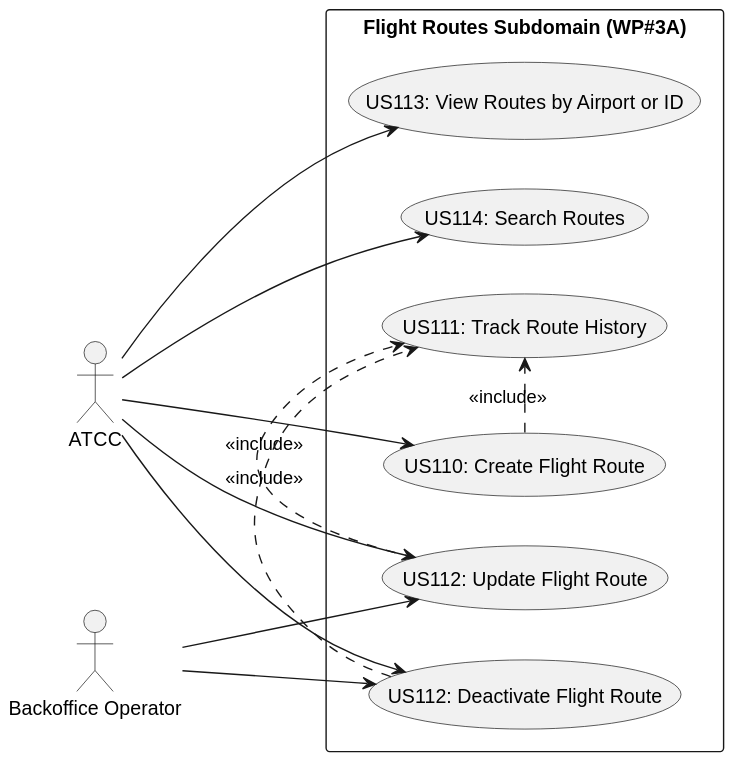
Above: docs/use-cases/WP#3A/svg/WP#3A-UCD.svg in Andre-1240567/psoft2026_2DB_1240567_1241013_1240624 (PlantUML), before the change. Source of this version:
```plantuml
@startuml
left to right direction
skinparam packageStyle rectangle

actor "ATCC" as ATCC
actor "Backoffice Operator" as BO

package "Flight Routes Subdomain (WP#3A)" {
    usecase "US110: Create Flight Route" as US110
    usecase "US111: Track Route History" as US111
    usecase "US112: Update Flight Route" as US112_Update
    usecase "US112: Deactivate Flight Route" as US112_Deactivate
    usecase "US113: View Routes by Airport or ID" as US113
    usecase "US114: Search Routes" as US114
}

ATCC --> US110
ATCC --> US112_Update
ATCC --> US112_Deactivate
ATCC --> US113
ATCC --> US114

BO --> US112_Update
BO --> US112_Deactivate

US110 .> US111 : <<include>>
US112_Update .> US111 : <<include>>
US112_Deactivate .> US111 : <<include>>
@enduml
```
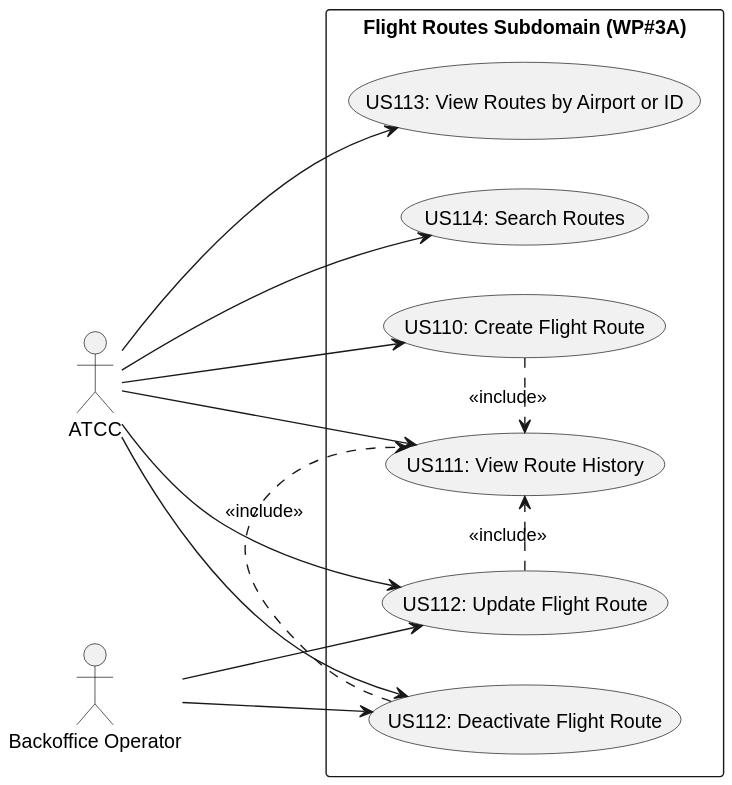
After the change.

What changed in the source:
```diff
@@ -7,7 +7,7 @@
 
 package "Flight Routes Subdomain (WP#3A)" {
     usecase "US110: Create Flight Route" as US110
-    usecase "US111: Track Route History" as US111
+    usecase "US111: View Route History" as US111
     usecase "US112: Update Flight Route" as US112_Update
     usecase "US112: Deactivate Flight Route" as US112_Deactivate
     usecase "US113: View Routes by Airport or ID" as US113
@@ -15,6 +15,7 @@
 }
 
 ATCC --> US110
+ATCC --> US111
 ATCC --> US112_Update
 ATCC --> US112_Deactivate
 ATCC --> US113
```
